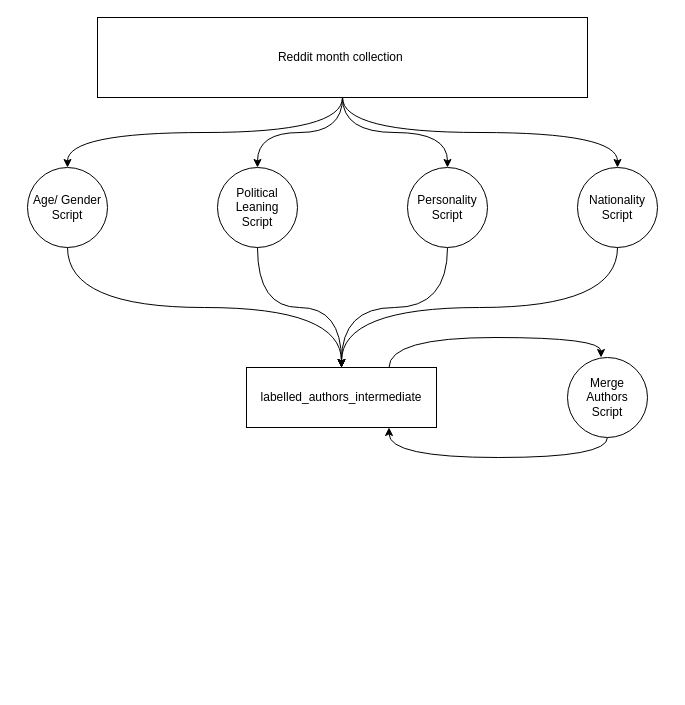
This is Unbenanntes Diagramm.drawio from cmry/SOBR, a draw.io file, before an edit. Source tidied: cells renumbered, new cells numbered last; positions are measured from the earlier drawing's top-left corner, leaving out a move shared by most shapes. Both pictures are drawn from the tidied source at 100%, with x=0, y=0 at pixel (27, 17).
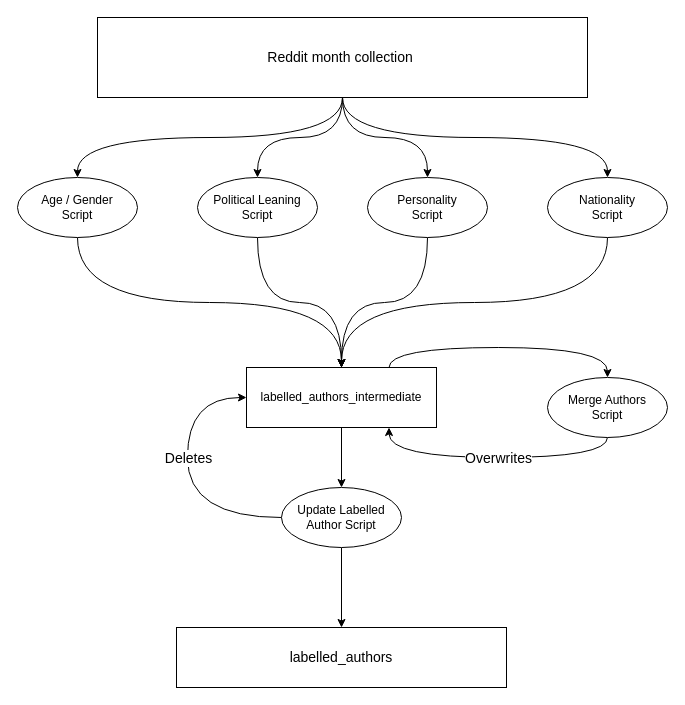
The same diagram, later.

The change refers to these unchanged cells:
```xml
<mxCell id="16" value="labelled_authors_intermediate" style="rounded=0;whiteSpace=wrap;html=1;" parent="1" vertex="1">
  <mxGeometry x="219" y="350" width="190" height="60" as="geometry" />
</mxCell>
```

Change to the diagram source:
```diff
@@
-    <mxCell id="2" style="edgeStyle=orthogonalEdgeStyle;jettySize=auto;html=1;exitX=0.5;exitY=0;exitDx=0;exitDy=0;entryX=0.5;entryY=1;entryDx=0;entryDy=0;strokeColor=default;curved=1;endArrow=none;endFill=0;startArrow=classic;startFill=1;" parent="1" edge="1" source="4" target="14">
+    <mxCell id="2" style="edgeStyle=orthogonalEdgeStyle;jettySize=auto;html=1;exitX=0.5;exitY=0;exitDx=0;exitDy=0;entryX=0.5;entryY=1;entryDx=0;entryDy=0;strokeColor=default;curved=1;endArrow=none;endFill=0;startArrow=classic;startFill=1;" parent="1" edge="1" source="25" target="14">
       <mxGeometry relative="1" as="geometry" />
     </mxCell>
-    <mxCell id="3" style="edgeStyle=orthogonalEdgeStyle;curved=1;jettySize=auto;html=1;exitX=0.5;exitY=1;exitDx=0;exitDy=0;entryX=0.5;entryY=0;entryDx=0;entryDy=0;strokeColor=default;startArrow=none;startFill=0;endArrow=classic;endFill=1;" parent="1" edge="1" source="4" target="16">
+    <mxCell id="3" style="edgeStyle=orthogonalEdgeStyle;curved=1;jettySize=auto;html=1;exitX=0.5;exitY=1;exitDx=0;exitDy=0;entryX=0.5;entryY=0;entryDx=0;entryDy=0;strokeColor=default;startArrow=none;startFill=0;endArrow=classic;endFill=1;" parent="1" edge="1" source="25" target="16">
       <mxGeometry relative="1" as="geometry" />
     </mxCell>
-    <mxCell id="4" value="Age/ Gender&lt;br&gt;Script" style="ellipse;whiteSpace=wrap;html=1;" parent="1" vertex="1">
-      <mxGeometry y="150" width="80" height="80" as="geometry" />
-    </mxCell>
@@
-    <mxCell id="7" value="Personality&lt;br&gt;Script" style="ellipse;whiteSpace=wrap;html=1;" parent="1" vertex="1">
-      <mxGeometry x="380" y="150" width="80" height="80" as="geometry" />
-    </mxCell>
@@
-    <mxCell id="10" value="Political Leaning&lt;br&gt;Script" style="ellipse;whiteSpace=wrap;html=1;" parent="1" vertex="1">
-      <mxGeometry x="190" y="150" width="80" height="80" as="geometry" />
-    </mxCell>
@@
-    <mxCell id="13" value="Nationality&lt;br&gt;Script" style="ellipse;whiteSpace=wrap;html=1;" parent="1" vertex="1">
-      <mxGeometry x="550" y="150" width="80" height="80" as="geometry" />
-    </mxCell>
-    <mxCell id="14" value="Reddit month collection&amp;nbsp;" style="rounded=0;whiteSpace=wrap;html=1;" parent="1" vertex="1">
+    <mxCell id="14" value="&lt;font style=&quot;font-size: 14px;&quot;&gt;Reddit month collection&amp;nbsp;&lt;/font&gt;" style="rounded=0;whiteSpace=wrap;html=1;" parent="1" vertex="1">
       <mxGeometry x="70" width="490" height="80" as="geometry" />
     </mxCell>
+    <mxCell id="19" style="edgeStyle=orthogonalEdgeStyle;rounded=0;jettySize=auto;html=1;strokeColor=default;fontSize=14;startArrow=none;startFill=0;endArrow=classic;endFill=1;" parent="1" edge="1" source="16" target="24">
+      <mxGeometry relative="1" as="geometry" />
+    </mxCell>
-    <mxCell id="15" style="edgeStyle=orthogonalEdgeStyle;curved=1;jettySize=auto;html=1;exitX=0.75;exitY=0;exitDx=0;exitDy=0;entryX=0.419;entryY=0;entryDx=0;entryDy=0;entryPerimeter=0;strokeColor=default;startArrow=none;startFill=0;endArrow=classic;endFill=1;" parent="1" edge="1" source="16" target="18">
-      <mxGeometry relative="1" as="geometry">
-        <Array as="points">
-          <mxPoint x="362" y="320" />
-          <mxPoint x="574" y="320" />
-        </Array>
-      </mxGeometry>
+    <mxCell id="15" style="edgeStyle=orthogonalEdgeStyle;jettySize=auto;html=1;exitX=0.75;exitY=0;exitDx=0;exitDy=0;entryX=0.5;entryY=0;entryDx=0;entryDy=0;strokeColor=default;fontSize=14;startArrow=none;startFill=0;endArrow=classic;endFill=1;curved=1;" parent="1" edge="1" source="16" target="18">
+      <mxGeometry relative="1" as="geometry" />
     </mxCell>
@@
-    <mxCell id="17" style="edgeStyle=orthogonalEdgeStyle;curved=1;jettySize=auto;html=1;exitX=0.5;exitY=1;exitDx=0;exitDy=0;entryX=0.75;entryY=1;entryDx=0;entryDy=0;strokeColor=default;startArrow=none;startFill=0;endArrow=classic;endFill=1;" parent="1" edge="1" source="18" target="16">
+    <mxCell id="17" style="edgeStyle=orthogonalEdgeStyle;curved=1;jettySize=auto;html=1;exitX=0.5;exitY=1;exitDx=0;exitDy=0;entryX=0.75;entryY=1;entryDx=0;entryDy=0;strokeColor=default;startArrow=none;startFill=0;endArrow=classic;endFill=1;" parent="1" edge="1" target="16">
       <mxGeometry relative="1" as="geometry">
+        <mxPoint x="580" y="420" as="sourcePoint" />
         <Array as="points">
           <mxPoint x="580" y="440" />
           <mxPoint x="362" y="440" />
         </Array>
       </mxGeometry>
     </mxCell>
+    <mxCell id="20" value="Overwrites" style="edgeLabel;html=1;align=center;verticalAlign=middle;fontSize=14;" parent="17" vertex="1">
+      <mxGeometry x="-0.2" y="-2" relative="1" as="geometry">
+        <mxPoint x="-23" y="2" as="offset" />
+      </mxGeometry>
+    </mxCell>
+    <mxCell id="21" style="edgeStyle=orthogonalEdgeStyle;jettySize=auto;html=1;strokeColor=default;fontSize=14;startArrow=none;startFill=0;endArrow=classic;endFill=1;rounded=0;" parent="1" edge="1" source="24" target="26">
+      <mxGeometry relative="1" as="geometry" />
+    </mxCell>
+    <mxCell id="22" style="edgeStyle=orthogonalEdgeStyle;jettySize=auto;html=1;exitX=0;exitY=0.5;exitDx=0;exitDy=0;entryX=0;entryY=0.5;entryDx=0;entryDy=0;strokeColor=default;fontSize=14;startArrow=none;startFill=0;endArrow=classic;endFill=1;curved=1;" parent="1" edge="1" source="24" target="16">
+      <mxGeometry relative="1" as="geometry">
+        <Array as="points">
+          <mxPoint x="160" y="500" />
+          <mxPoint x="160" y="380" />
+        </Array>
+      </mxGeometry>
+    </mxCell>
+    <mxCell id="23" value="Deletes" style="edgeLabel;html=1;align=center;verticalAlign=middle;fontSize=14;" parent="22" vertex="1">
+      <mxGeometry y="-7" relative="1" as="geometry">
+        <mxPoint x="-7" y="-17" as="offset" />
+      </mxGeometry>
+    </mxCell>
+    <mxCell id="24" value="Update Labelled Author Script" style="ellipse;whiteSpace=wrap;html=1;rounded=0;" parent="1" vertex="1">
+      <mxGeometry x="254" y="470" width="120" height="60" as="geometry" />
+    </mxCell>
-    <mxCell id="18" value="Merge Authors&lt;br&gt;Script" style="ellipse;whiteSpace=wrap;html=1;" parent="1" vertex="1">
-      <mxGeometry x="540" y="340" width="80" height="80" as="geometry" />
+    <mxCell id="18" value="Merge Authors&lt;br&gt;Script" style="ellipse;whiteSpace=wrap;html=1;rounded=0;" parent="1" vertex="1">
+      <mxGeometry x="520" y="360" width="120" height="60" as="geometry" />
     </mxCell>
+    <mxCell id="25" value="Age / Gender&lt;br&gt;Script" style="ellipse;whiteSpace=wrap;html=1;rounded=0;" parent="1" vertex="1">
+      <mxGeometry x="-10" y="160" width="120" height="60" as="geometry" />
+    </mxCell>
+    <mxCell id="13" value="Nationality&lt;br&gt;Script" style="ellipse;whiteSpace=wrap;html=1;rounded=0;" parent="1" vertex="1">
+      <mxGeometry x="520" y="160" width="120" height="60" as="geometry" />
+    </mxCell>
+    <mxCell id="7" value="Personality&lt;br&gt;Script" style="ellipse;whiteSpace=wrap;html=1;rounded=0;" parent="1" vertex="1">
+      <mxGeometry x="340" y="160" width="120" height="60" as="geometry" />
+    </mxCell>
+    <mxCell id="10" value="Political Leaning&lt;br&gt;Script" style="ellipse;whiteSpace=wrap;html=1;rounded=0;" parent="1" vertex="1">
+      <mxGeometry x="170" y="160" width="120" height="60" as="geometry" />
+    </mxCell>
+    <mxCell id="26" value="&lt;font style=&quot;font-size: 14px;&quot;&gt;labelled_authors&lt;/font&gt;" style="whiteSpace=wrap;html=1;rounded=0;" parent="1" vertex="1">
+      <mxGeometry x="149" y="610" width="330" height="60" as="geometry" />
+    </mxCell>
```
